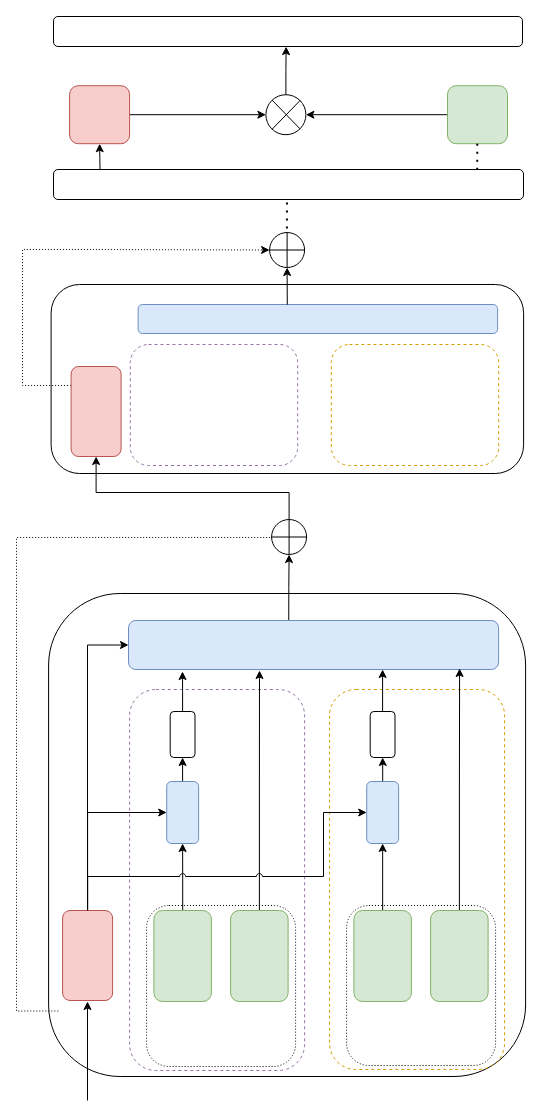
This is MyGNN_easy.drawio from ZYNsama666/BackUp, a draw.io file, before an edit. Source tidied: cells renumbered, new cells numbered last; positions are measured from the earlier drawing's top-left corner, leaving out a move shared by most shapes. Both pictures are drawn from the tidied source at 100%, with x=0, y=0 at pixel (16, 16).
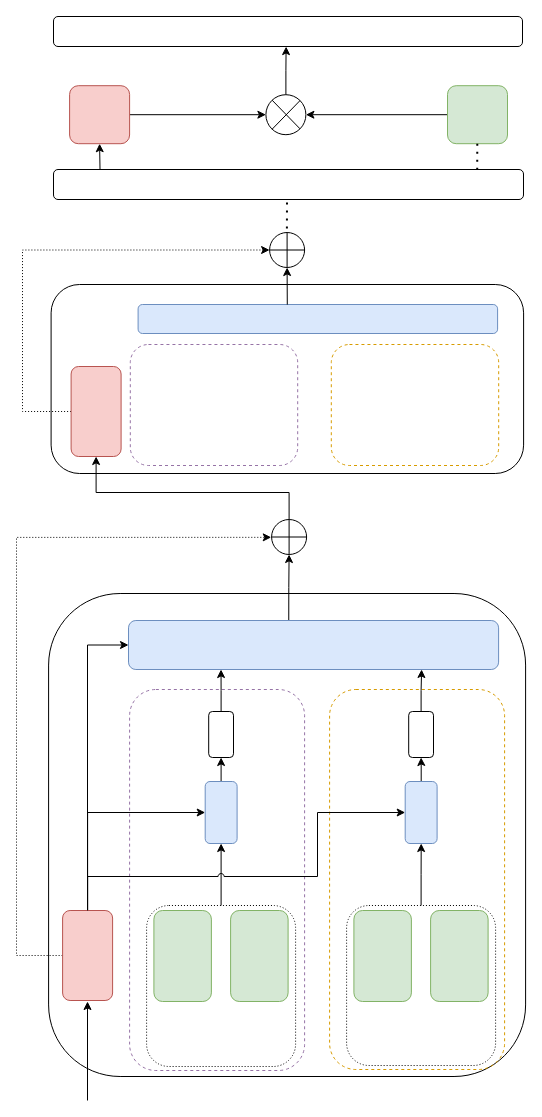
Above is the later version.

The change refers to these unchanged cells:
```xml
<mxCell id="4" style="rounded=1;whiteSpace=wrap;html=1;fillStyle=solid;gradientColor=default;fillColor=none;dashed=1;dashPattern=1 2;" parent="1" vertex="1">
  <mxGeometry x="130.1" y="889" width="149" height="161" as="geometry" />
</mxCell>
<mxCell id="18" style="rounded=1;whiteSpace=wrap;html=1;fillColor=#dae8fc;strokeColor=#6c8ebf;" parent="1" vertex="1">
  <mxGeometry x="112" y="604" width="370.1" height="49" as="geometry" />
</mxCell>
<mxCell id="27" style="ellipse;whiteSpace=wrap;html=1;" parent="1" vertex="1">
  <mxGeometry x="255.1" y="503" width="35" height="35" as="geometry" />
</mxCell>
<mxCell id="31" style="rounded=1;whiteSpace=wrap;html=1;fillColor=#f8cecc;strokeColor=#b85450;" parent="1" vertex="1">
  <mxGeometry x="54.6" y="350" width="50" height="90" as="geometry" />
</mxCell>
<mxCell id="34" style="ellipse;whiteSpace=wrap;html=1;" parent="1" vertex="1">
  <mxGeometry x="253.1" y="216" width="35" height="35" as="geometry" />
</mxCell>
<mxCell id="37" style="rounded=1;whiteSpace=wrap;html=1;fillColor=#f8cecc;strokeColor=#b85450;" parent="1" vertex="1">
  <mxGeometry x="46.1" y="894" width="50" height="90" as="geometry" />
</mxCell>
<mxCell id="39" style="rounded=1;whiteSpace=wrap;html=1;fillColor=#d5e8d4;strokeColor=#82b366;" parent="1" vertex="1">
  <mxGeometry x="137.4" y="894" width="57.5" height="91" as="geometry" />
</mxCell>
<mxCell id="42" style="rounded=1;whiteSpace=wrap;html=1;fillColor=#d5e8d4;strokeColor=#82b366;" parent="1" vertex="1">
  <mxGeometry x="214.1" y="894" width="57.5" height="91" as="geometry" />
</mxCell>
<mxCell id="43" style="rounded=1;whiteSpace=wrap;html=1;fillStyle=solid;gradientColor=default;fillColor=none;dashed=1;dashPattern=1 2;" parent="1" vertex="1">
  <mxGeometry x="330.1" y="889" width="149" height="160" as="geometry" />
</mxCell>
<mxCell id="49" style="rounded=1;whiteSpace=wrap;html=1;fillColor=#d5e8d4;strokeColor=#82b366;" parent="1" vertex="1">
  <mxGeometry x="337.4" y="894" width="57.5" height="91" as="geometry" />
</mxCell>
<mxCell id="51" style="rounded=1;whiteSpace=wrap;html=1;fillColor=#d5e8d4;strokeColor=#82b366;" parent="1" vertex="1">
  <mxGeometry x="414.1" y="894" width="57.5" height="91" as="geometry" />
</mxCell>
```

Change to the diagram source:
```diff
@@
+    <mxCell id="7" style="rounded=1;whiteSpace=wrap;html=1;dashed=1;fillColor=none;strokeColor=#9673a6;" parent="1" vertex="1">
+      <mxGeometry x="113.1" y="673" width="175" height="381" as="geometry" />
+    </mxCell>
@@
-    <mxCell id="7" style="rounded=1;whiteSpace=wrap;html=1;dashed=1;fillColor=none;strokeColor=#9673a6;" parent="1" vertex="1">
-      <mxGeometry x="113.1" y="673" width="175" height="381" as="geometry" />
-    </mxCell>
@@
     <mxCell id="20" style="rounded=1;whiteSpace=wrap;html=1;fillColor=#dae8fc;strokeColor=#6c8ebf;" parent="1" vertex="1">
-      <mxGeometry x="150.2" y="765" width="31.9" height="62" as="geometry" />
+      <mxGeometry x="188.7" y="765" width="31.9" height="62" as="geometry" />
     </mxCell>
@@
-    <mxCell id="22" style="edgeStyle=orthogonalEdgeStyle;rounded=0;jettySize=auto;html=1;dashed=1;dashPattern=1 2;entryX=-0.01;entryY=0.51;entryDx=0;entryDy=0;entryPerimeter=0;" parent="1" edge="1" target="27">
+    <mxCell id="22" style="edgeStyle=orthogonalEdgeStyle;rounded=0;jettySize=auto;html=1;dashed=1;dashPattern=1 2;entryX=-0.01;entryY=0.51;entryDx=0;entryDy=0;entryPerimeter=0;exitX=0;exitY=0.5;exitDx=0;exitDy=0;" parent="1" edge="1" source="37" target="27">
       <mxGeometry relative="1" as="geometry">
-        <mxPoint x="41.8" y="994.5" as="sourcePoint" />
         <Array as="points">
-          <mxPoint y="995" />
+          <mxPoint y="939" />
           <mxPoint y="521" />
-          <mxPoint x="272" y="521" />
         </Array>
       </mxGeometry>
     </mxCell>
@@
-    <mxCell id="24" style="edgeStyle=orthogonalEdgeStyle;rounded=0;jettySize=auto;html=1;" parent="1" edge="1" source="25">
-      <mxGeometry relative="1" as="geometry">
-        <mxPoint x="166" y="655" as="targetPoint" />
-      </mxGeometry>
-    </mxCell>
+    <mxCell id="58" style="edgeStyle=orthogonalEdgeStyle;rounded=0;jettySize=auto;html=1;entryX=0.25;entryY=1;entryDx=0;entryDy=0;" parent="1" edge="1" source="25" target="18">
+      <mxGeometry relative="1" as="geometry" />
+    </mxCell>
     <mxCell id="25" style="rounded=1;whiteSpace=wrap;html=1;" parent="1" vertex="1">
-      <mxGeometry x="153.7" y="695" width="24.8" height="46" as="geometry" />
+      <mxGeometry x="192.2" y="695" width="24.8" height="46" as="geometry" />
     </mxCell>
@@
-    <mxCell id="30" style="edgeStyle=orthogonalEdgeStyle;rounded=0;jettySize=auto;html=1;entryX=0;entryY=0.5;entryDx=0;entryDy=0;dashed=1;dashPattern=1 2;" parent="1" edge="1" source="31" target="34">
+    <mxCell id="30" style="edgeStyle=orthogonalEdgeStyle;rounded=0;jettySize=auto;html=1;entryX=0;entryY=0.5;entryDx=0;entryDy=0;dashed=1;dashPattern=1 2;exitX=0;exitY=0.5;exitDx=0;exitDy=0;" parent="1" edge="1" source="31" target="34">
       <mxGeometry relative="1" as="geometry">
         <Array as="points">
-          <mxPoint x="6" y="369" />
-          <mxPoint x="6" y="233" />
-          <mxPoint x="66" y="233" />
+          <mxPoint x="6" y="395" />
+          <mxPoint x="6" y="234" />
         </Array>
       </mxGeometry>
     </mxCell>
@@
-    <mxCell id="38" style="edgeStyle=orthogonalEdgeStyle;rounded=0;jettySize=auto;html=1;" parent="1" edge="1" source="39" target="20">
-      <mxGeometry relative="1" as="geometry" />
-    </mxCell>
@@
-    <mxCell id="41" style="edgeStyle=orthogonalEdgeStyle;rounded=0;jettySize=auto;html=1;" parent="1" edge="1" source="42">
-      <mxGeometry relative="1" as="geometry">
-        <mxPoint x="243" y="654" as="targetPoint" />
-      </mxGeometry>
-    </mxCell>
@@
     <mxCell id="45" style="rounded=1;whiteSpace=wrap;html=1;fillColor=#dae8fc;strokeColor=#6c8ebf;" parent="1" vertex="1">
-      <mxGeometry x="350.2" y="765" width="31.9" height="62" as="geometry" />
+      <mxGeometry x="388.7" y="765" width="31.9" height="62" as="geometry" />
     </mxCell>
-    <mxCell id="46" style="edgeStyle=orthogonalEdgeStyle;rounded=0;jettySize=auto;html=1;entryX=0.099;entryY=0.988;entryDx=0;entryDy=0;entryPerimeter=0;" parent="1" edge="1" source="47">
-      <mxGeometry relative="1" as="geometry">
-        <mxPoint x="366.1" y="653" as="targetPoint" />
-      </mxGeometry>
-    </mxCell>
+    <mxCell id="59" style="edgeStyle=orthogonalEdgeStyle;rounded=0;jettySize=auto;html=1;entryX=0.792;entryY=1;entryDx=0;entryDy=0;entryPerimeter=0;" parent="1" edge="1" source="47" target="18">
+      <mxGeometry relative="1" as="geometry" />
+    </mxCell>
     <mxCell id="47" style="rounded=1;whiteSpace=wrap;html=1;" parent="1" vertex="1">
-      <mxGeometry x="353.7" y="695" width="24.8" height="46" as="geometry" />
+      <mxGeometry x="392.2" y="695" width="24.8" height="46" as="geometry" />
     </mxCell>
-    <mxCell id="48" style="edgeStyle=orthogonalEdgeStyle;rounded=0;jettySize=auto;html=1;" parent="1" edge="1" source="49" target="45">
+    <mxCell id="48" style="edgeStyle=orthogonalEdgeStyle;rounded=0;jettySize=auto;html=1;exitX=0.5;exitY=0;exitDx=0;exitDy=0;" parent="1" edge="1" source="43" target="45">
       <mxGeometry relative="1" as="geometry" />
     </mxCell>
@@
-    <mxCell id="50" style="edgeStyle=orthogonalEdgeStyle;rounded=0;jettySize=auto;html=1;entryX=0.24;entryY=0.971;entryDx=0;entryDy=0;entryPerimeter=0;jumpStyle=none;" parent="1" edge="1" source="51">
-      <mxGeometry relative="1" as="geometry">
-        <mxPoint x="443.1" y="652" as="targetPoint" />
-      </mxGeometry>
-    </mxCell>
@@
-    <mxCell id="54" style="edgeStyle=orthogonalEdgeStyle;rounded=0;jettySize=auto;html=1;entryX=0;entryY=0.5;entryDx=0;entryDy=0;jumpStyle=arc;" parent="1" edge="1" source="37" target="45">
-      <mxGeometry relative="1" as="geometry">
-        <Array as="points">
-          <mxPoint x="71" y="860" />
-          <mxPoint x="307" y="860" />
-          <mxPoint x="307" y="796" />
-        </Array>
-      </mxGeometry>
-    </mxCell>
@@
+    <mxCell id="60" style="edgeStyle=orthogonalEdgeStyle;rounded=0;jettySize=auto;html=1;exitX=0.5;exitY=0;exitDx=0;exitDy=0;" parent="1" edge="1" source="4" target="20">
+      <mxGeometry relative="1" as="geometry" />
+    </mxCell>
+    <mxCell id="54" style="edgeStyle=orthogonalEdgeStyle;rounded=0;jettySize=auto;html=1;entryX=0;entryY=0.5;entryDx=0;entryDy=0;jumpStyle=arc;" parent="1" edge="1" source="37" target="45">
+      <mxGeometry relative="1" as="geometry">
+        <Array as="points">
+          <mxPoint x="71" y="860" />
+          <mxPoint x="301" y="860" />
+          <mxPoint x="301" y="796" />
+        </Array>
+      </mxGeometry>
+    </mxCell>
```
